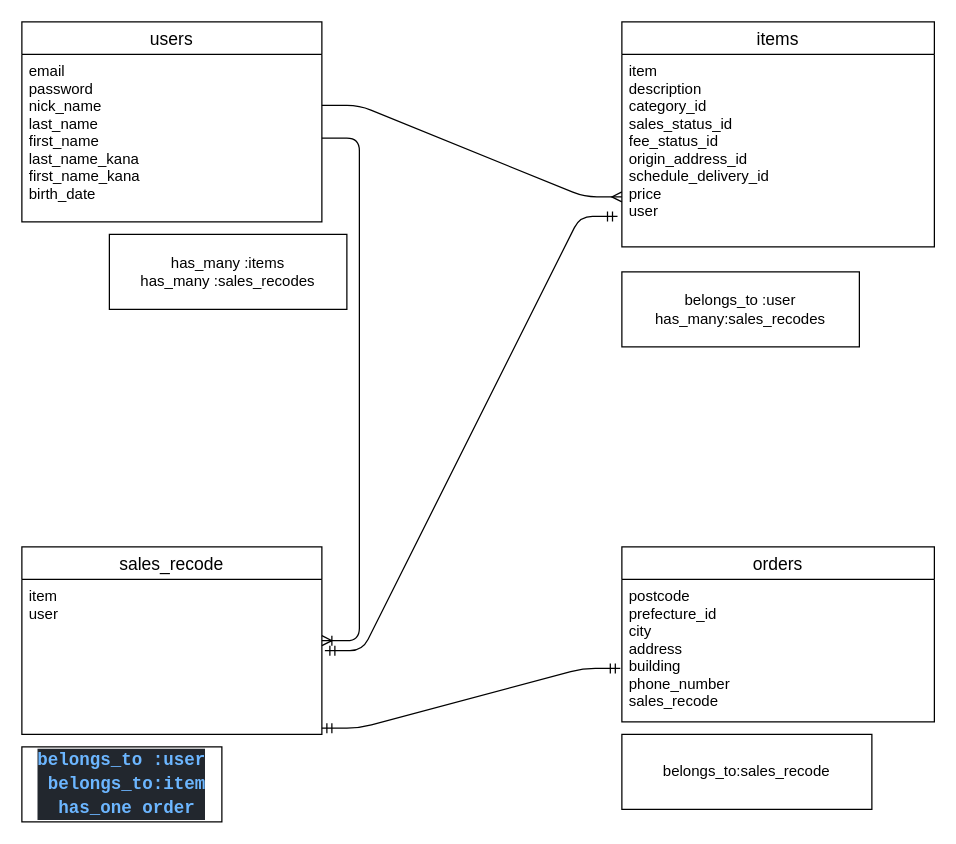
Earlier version of the draw.io diagram ER.dio (kattyaso/furima-39796). Source tidied: cells renumbered, new cells numbered last; positions are measured from the earlier drawing's top-left corner, leaving out a move shared by most shapes. Both pictures are drawn from the tidied source at 125%, with x=0, y=0 at pixel (21, 21).
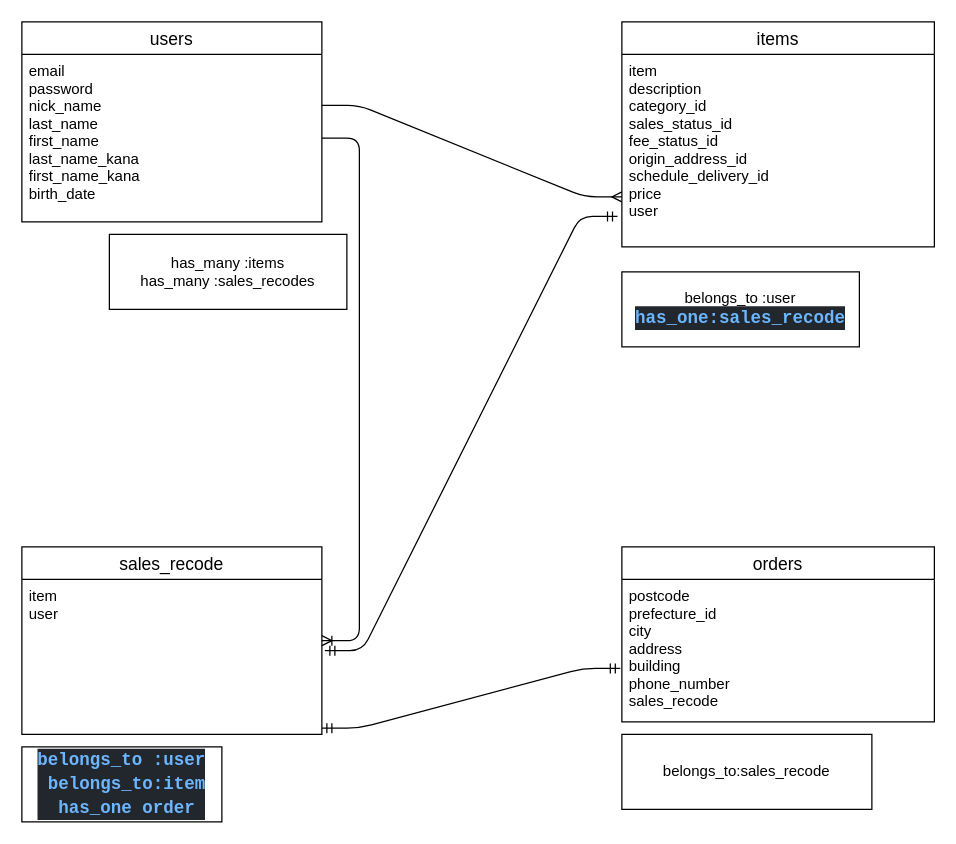
After the change.

Commit message (it also covers changes not shown here):
データベース修正

Diff of the diagram source:
```diff
@@
 <mxGraphModel>
   <root>
     <mxCell id="0" />
     <mxCell id="1" parent="0" />
     <mxCell id="2" value="users" style="swimlane;fontStyle=0;horizontal=1;startSize=26;align=center;fontSize=14;" parent="1" vertex="1">
       <mxGeometry width="240" height="160" as="geometry" />
     </mxCell>
     <mxCell id="3" value="email&#10;password&#10;nick_name&#10;last_name&#10;first_name&#10;last_name_kana&#10;first_name_kana&#10;birth_date" style="text;strokeColor=none;fillColor=none;spacingLeft=4;spacingRight=4;overflow=hidden;points=[[0,0.5],[1,0.5]];portConstraint=eastwest;fontSize=12;" parent="2" vertex="1">
       <mxGeometry y="26" width="240" height="134" as="geometry" />
     </mxCell>
     <mxCell id="4" value="items" style="swimlane;fontStyle=0;horizontal=1;startSize=26;align=center;fontSize=14;" parent="1" vertex="1">
       <mxGeometry x="480" width="250" height="180" as="geometry" />
     </mxCell>
     <mxCell id="5" value="item                &#10;description         &#10;category_id         &#10;sales_status_id     &#10;fee_status_id       &#10;origin_address_id   &#10;schedule_delivery_id&#10;price               &#10;user                " style="text;strokeColor=none;fillColor=none;spacingLeft=4;spacingRight=4;overflow=hidden;points=[[0,0.5],[1,0.5]];portConstraint=eastwest;fontSize=12;" parent="4" vertex="1">
       <mxGeometry y="26" width="250" height="154" as="geometry" />
     </mxCell>
     <mxCell id="6" value="orders" style="swimlane;fontStyle=0;horizontal=1;startSize=26;align=center;fontSize=14;" parent="1" vertex="1">
       <mxGeometry x="480" y="420" width="250" height="140" as="geometry" />
     </mxCell>
     <mxCell id="7" value="postcode     &#10;prefecture_id&#10;city         &#10;address      &#10;building     &#10;phone_number &#10;sales_recode " style="text;strokeColor=none;fillColor=none;spacingLeft=4;spacingRight=4;overflow=hidden;points=[[0,0.5],[1,0.5]];portConstraint=eastwest;fontSize=12;" parent="6" vertex="1">
       <mxGeometry y="26" width="250" height="114" as="geometry" />
     </mxCell>
     <mxCell id="8" style="edgeStyle=entityRelationEdgeStyle;fontSize=12;html=1;endArrow=ERmany;entryX=0;entryY=0.043;entryDx=0;entryDy=0;entryPerimeter=0;exitX=1;exitY=0.305;exitDx=0;exitDy=0;exitPerimeter=0;" parent="1" edge="1" source="3">
       <mxGeometry relative="1" as="geometry">
         <mxPoint x="480" y="140" as="targetPoint" />
       </mxGeometry>
     </mxCell>
     <mxCell id="9" style="edgeStyle=entityRelationEdgeStyle;fontSize=12;html=1;endArrow=ERmandOne;startArrow=ERmandOne;entryX=-0.014;entryY=0.842;entryDx=0;entryDy=0;entryPerimeter=0;exitX=1.01;exitY=0.46;exitDx=0;exitDy=0;exitPerimeter=0;" parent="1" edge="1" source="14" target="5">
       <mxGeometry relative="1" as="geometry" />
     </mxCell>
     <mxCell id="10" value="has_many&amp;nbsp;:items&lt;br&gt;has_many :sales_recodes" style="rounded=0;whiteSpace=wrap;html=1;" parent="1" vertex="1">
       <mxGeometry x="70" y="170" width="190" height="60" as="geometry" />
     </mxCell>
-    <mxCell id="11" value="&lt;div&gt;belongs_to :user&lt;/div&gt;&lt;div&gt;has_many:sales_recodes&lt;/div&gt;" style="rounded=0;whiteSpace=wrap;html=1;" parent="1" vertex="1">
+    <mxCell id="11" value="&lt;div&gt;belongs_to :user&lt;/div&gt;&lt;div&gt;&lt;div style=&quot;color: rgb(173, 186, 199); background-color: rgb(34, 39, 46); font-family: Consolas, &amp;quot;Courier New&amp;quot;, monospace; font-size: 14px; line-height: 19px;&quot;&gt;&lt;span style=&quot;color: #6cb6ff;font-weight: bold;&quot;&gt;has_one:sales_recode&lt;/span&gt;&lt;/div&gt;&lt;/div&gt;" style="rounded=0;whiteSpace=wrap;html=1;" parent="1" vertex="1">
       <mxGeometry x="480" y="200" width="190" height="60" as="geometry" />
     </mxCell>
     <mxCell id="12" value="&lt;div style=&quot;color: rgb(173, 186, 199); background-color: rgb(34, 39, 46); font-family: Consolas, &amp;quot;Courier New&amp;quot;, monospace; font-size: 14px; line-height: 19px;&quot;&gt;&lt;div&gt;&lt;span style=&quot;color: rgb(108, 182, 255); font-weight: bold;&quot;&gt;belongs_to&lt;/span&gt;&lt;span style=&quot;color: #6cb6ff;font-weight: bold;&quot;&gt;&amp;nbsp;:user&lt;/span&gt;&lt;/div&gt;&lt;div&gt;&lt;span style=&quot;color: rgb(108, 182, 255); font-weight: bold;&quot;&gt;&amp;nbsp;&lt;/span&gt;&lt;span style=&quot;color: rgb(108, 182, 255); font-weight: bold;&quot;&gt;belongs_to&lt;/span&gt;&lt;span style=&quot;color: rgb(108, 182, 255); font-weight: bold;&quot;&gt;:item&lt;/span&gt;&lt;br&gt;&lt;/div&gt;&lt;div&gt;&lt;span style=&quot;color: #6cb6ff;font-weight: bold;&quot;&gt;&amp;nbsp;has_one order&lt;/span&gt;&lt;/div&gt;&lt;/div&gt;" style="rounded=0;whiteSpace=wrap;html=1;" parent="1" vertex="1">
       <mxGeometry y="580" width="160" height="60" as="geometry" />
     </mxCell>
     <mxCell id="13" value="sales_recode" style="swimlane;fontStyle=0;horizontal=1;startSize=26;align=center;fontSize=14;" parent="1" vertex="1">
       <mxGeometry y="420" width="240" height="150" as="geometry" />
     </mxCell>
     <mxCell id="14" value="item&#10;user" style="text;strokeColor=none;fillColor=none;spacingLeft=4;spacingRight=4;overflow=hidden;points=[[0,0.5],[1,0.5]];portConstraint=eastwest;fontSize=12;" parent="13" vertex="1">
       <mxGeometry y="26" width="240" height="124" as="geometry" />
     </mxCell>
     <mxCell id="15" value="belongs_to:sales_recode" style="rounded=0;whiteSpace=wrap;html=1;" parent="1" vertex="1">
       <mxGeometry x="480" y="570" width="200" height="60" as="geometry" />
     </mxCell>
     <mxCell id="16" style="edgeStyle=entityRelationEdgeStyle;fontSize=12;html=1;endArrow=ERmandOne;startArrow=ERmandOne;entryX=-0.005;entryY=0.625;entryDx=0;entryDy=0;entryPerimeter=0;" parent="1" edge="1" target="7">
       <mxGeometry relative="1" as="geometry">
         <mxPoint x="240" y="565" as="sourcePoint" />
       </mxGeometry>
     </mxCell>
     <mxCell id="17" style="edgeStyle=entityRelationEdgeStyle;fontSize=12;html=1;endArrow=ERoneToMany;" parent="1" edge="1" source="3" target="13">
       <mxGeometry relative="1" as="geometry" />
     </mxCell>
   </root>
 </mxGraphModel>
```
